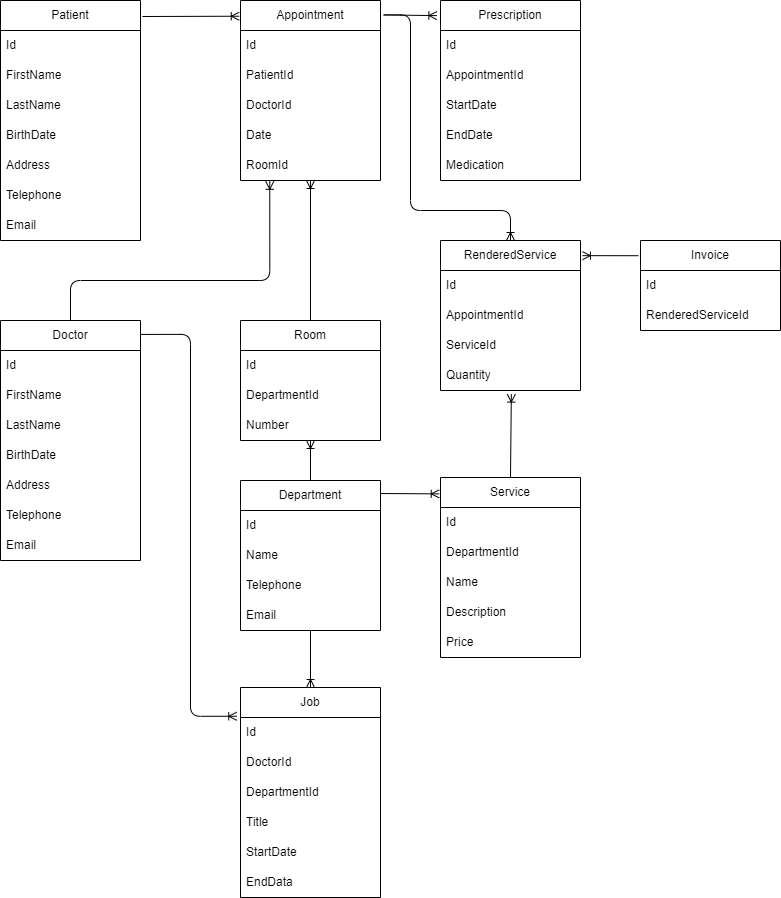
Before: 1-sql/clinic.png, a diagram exported from draw.io (AlexPykavy/voyti-v-it). Source tidied: cells renumbered, new cells last; positions are measured from the earlier drawing's top-left corner, leaving out a move shared by most shapes.
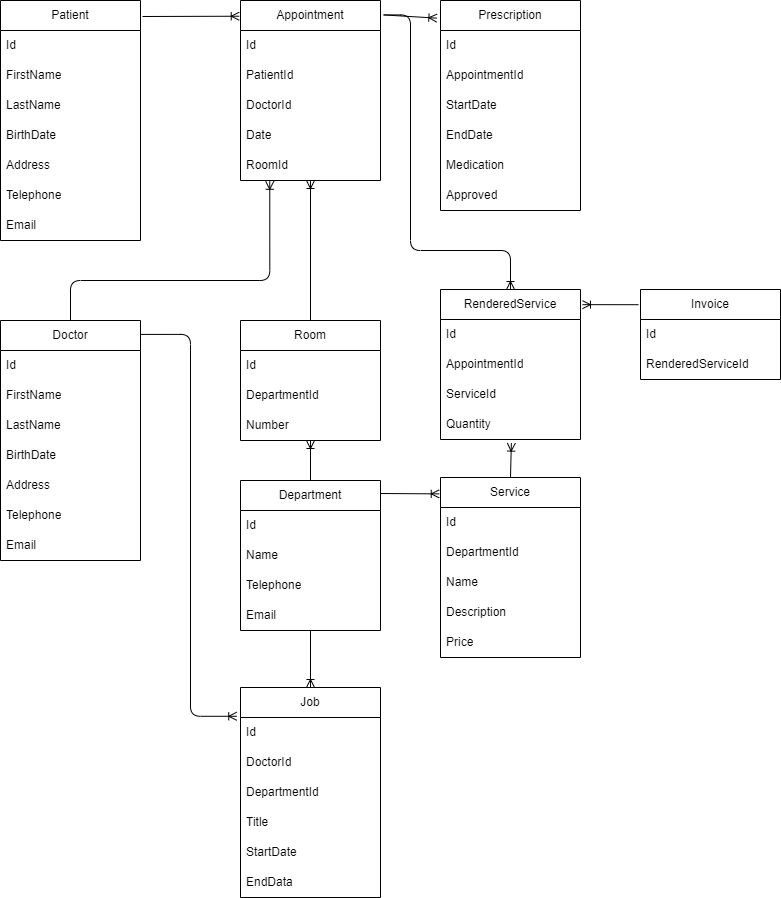
Above is the later version.

Commit message:
Add Approved column to the Prescription table

Change to the diagram source:
```diff
@@ -146,7 +146,7 @@
       </mxGeometry>
     </mxCell>
     <mxCell id="45" value="Prescription" style="swimlane;fontStyle=0;horizontal=1;startSize=30;whiteSpace=wrap;html=1;" parent="1" vertex="1">
-      <mxGeometry x="440" width="140" height="180" as="geometry" />
+      <mxGeometry x="440" width="140" height="210" as="geometry" />
     </mxCell>
     <mxCell id="46" value="Id" style="text;strokeColor=none;fillColor=none;align=left;verticalAlign=middle;spacingLeft=4;spacingRight=4;overflow=hidden;whiteSpace=wrap;html=1;" parent="45" vertex="1">
       <mxGeometry y="30" width="140" height="30" as="geometry" />
@@ -163,11 +163,14 @@
     <mxCell id="50" value="Medication" style="text;strokeColor=none;fillColor=none;align=left;verticalAlign=middle;spacingLeft=4;spacingRight=4;overflow=hidden;whiteSpace=wrap;html=1;" parent="45" vertex="1">
       <mxGeometry y="150" width="140" height="30" as="geometry" />
     </mxCell>
+    <mxCell id="71" value="Approved" style="text;strokeColor=none;fillColor=none;align=left;verticalAlign=middle;spacingLeft=4;spacingRight=4;overflow=hidden;whiteSpace=wrap;html=1;" parent="45" vertex="1">
+      <mxGeometry y="180" width="140" height="30" as="geometry" />
+    </mxCell>
     <mxCell id="51" style="edgeStyle=none;html=1;exitX=1.02;exitY=0.08;exitDx=0;exitDy=0;endArrow=ERoneToMany;endFill=0;startArrow=none;startFill=0;exitPerimeter=0;entryX=-0.026;entryY=0.084;entryDx=0;entryDy=0;entryPerimeter=0;" parent="1" edge="1" source="23" target="45">
       <mxGeometry relative="1" as="geometry" />
     </mxCell>
     <mxCell id="52" value="Invoice" style="swimlane;fontStyle=0;horizontal=1;startSize=30;whiteSpace=wrap;html=1;" parent="1" vertex="1">
-      <mxGeometry x="640" y="240" width="140" height="90" as="geometry" />
+      <mxGeometry x="640" y="289" width="140" height="90" as="geometry" />
     </mxCell>
     <mxCell id="53" value="Id" style="text;strokeColor=none;fillColor=none;align=left;verticalAlign=middle;spacingLeft=4;spacingRight=4;overflow=hidden;whiteSpace=wrap;html=1;" parent="52" vertex="1">
       <mxGeometry y="30" width="140" height="30" as="geometry" />
@@ -176,7 +179,7 @@
       <mxGeometry y="60" width="140" height="30" as="geometry" />
     </mxCell>
     <mxCell id="55" value="RenderedService" style="swimlane;fontStyle=0;horizontal=1;startSize=30;whiteSpace=wrap;html=1;" parent="1" vertex="1">
-      <mxGeometry x="440" y="240" width="140" height="150" as="geometry" />
+      <mxGeometry x="440" y="289" width="140" height="150" as="geometry" />
     </mxCell>
     <mxCell id="56" value="Id" style="text;strokeColor=none;fillColor=none;align=left;verticalAlign=middle;spacingLeft=4;spacingRight=4;overflow=hidden;whiteSpace=wrap;html=1;" parent="55" vertex="1">
       <mxGeometry y="30" width="140" height="30" as="geometry" />
@@ -194,8 +197,8 @@
       <mxGeometry relative="1" as="geometry">
         <Array as="points">
           <mxPoint x="410" y="14" />
-          <mxPoint x="410" y="210" />
-          <mxPoint x="510" y="210" />
+          <mxPoint x="410" y="250" />
+          <mxPoint x="510" y="250" />
         </Array>
       </mxGeometry>
     </mxCell>
```
